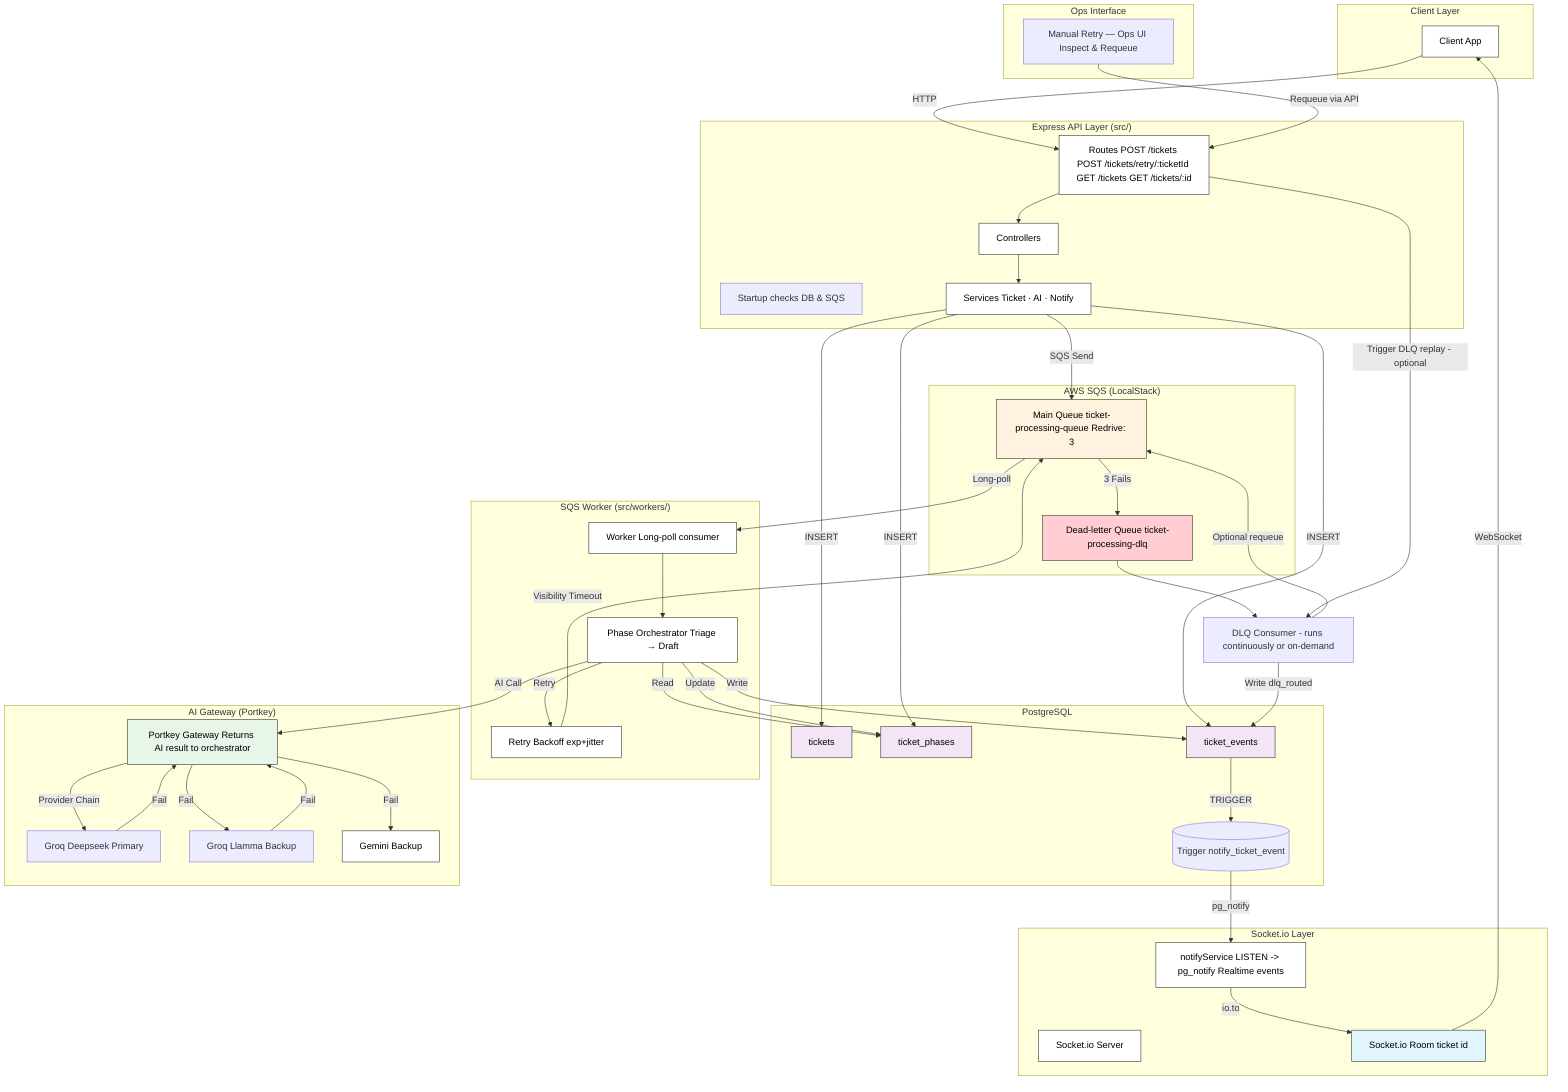
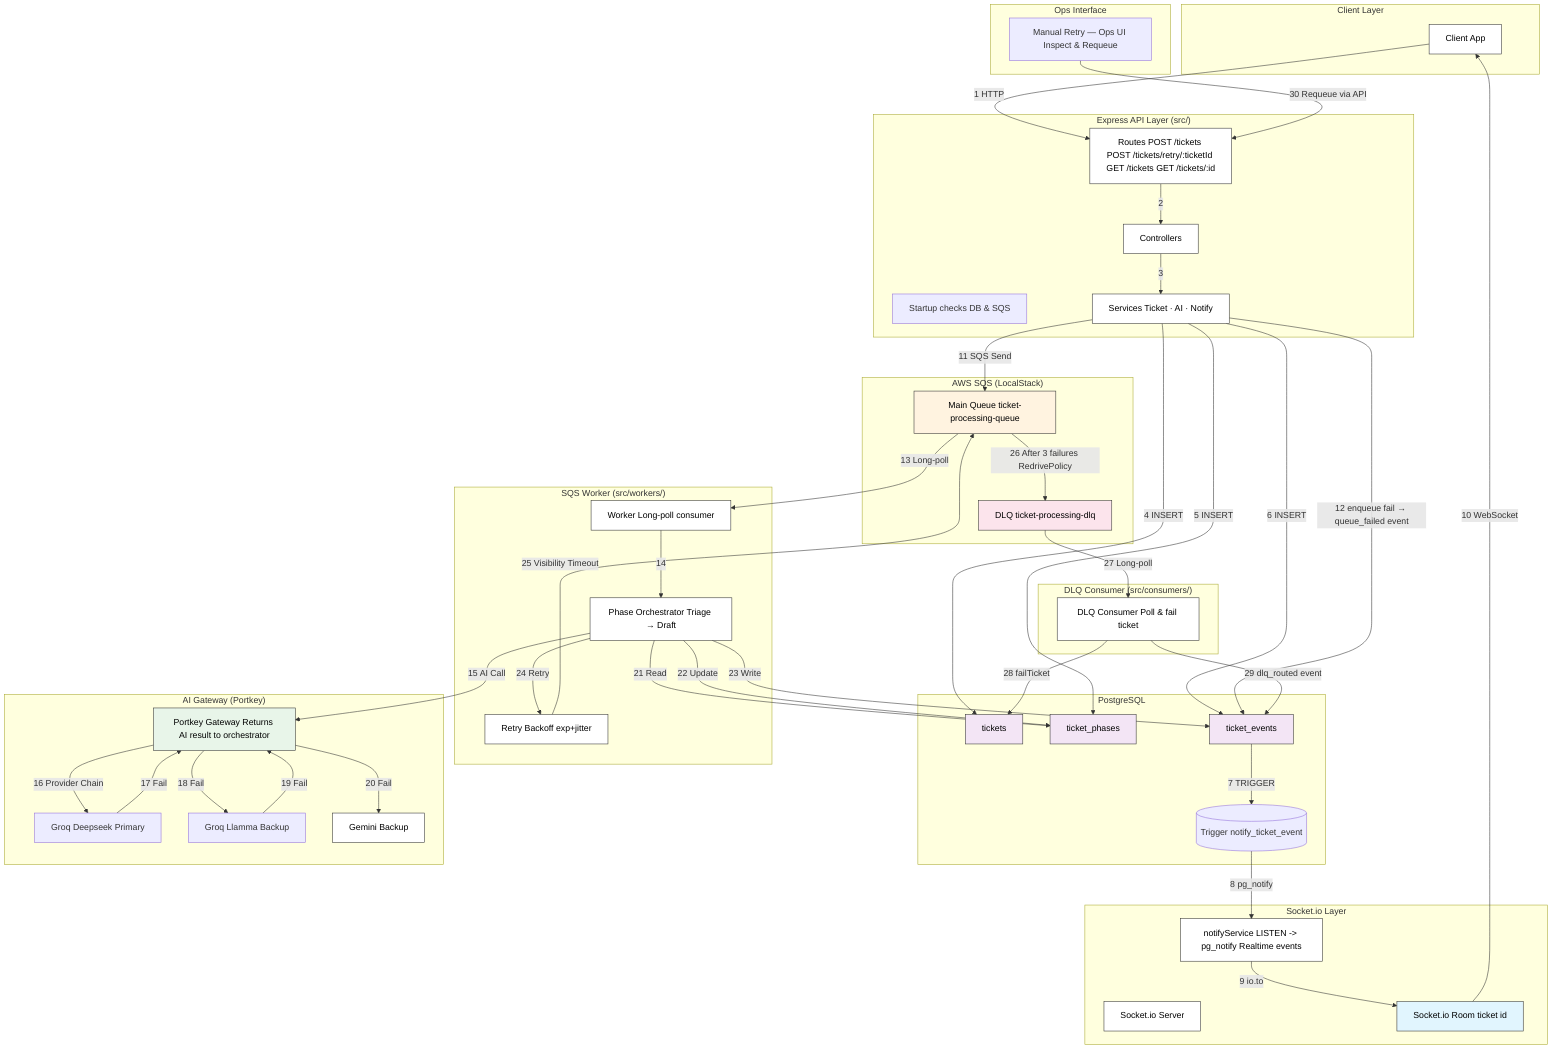
flowchart TB
    subgraph Client["Client Layer"]
        C[Client App]
    end

    subgraph Ops["Ops Interface"]
        MR[Manual Retry — Ops UI Inspect & Requeue]
    end

    subgraph API["Express API Layer (src/)"]
        R[Routes POST /tickets POST /tickets/retry/:ticketId GET /tickets GET /tickets/:id]
        SH[Startup checks DB & SQS]
        Ctrl[Controllers]
        SV[Services Ticket · AI · Notify]
    end

    subgraph DB["PostgreSQL"]
        T[tickets]
        TP[ticket_phases]
        TE[ticket_events]
        TR[(Trigger notify_ticket_event)]
    end

    subgraph Queue["AWS SQS (LocalStack)"]
-         MQ[Main Queue ticket-processing-queue Redrive: 3]
-         DLQ[Dead-letter Queue ticket-processing-dlq]
+         MQ[Main Queue ticket-processing-queue]
+         DLQ[DLQ ticket-processing-dlq]
    end

    subgraph Worker["SQS Worker (src/workers/)"]
        W[Worker Long-poll consumer]
        PO[Phase Orchestrator Triage → Draft]
        RT[Retry Backoff exp+jitter]
+     end
+ 
+     subgraph DLQWorker["DLQ Consumer (src/consumers/)"]
+         DLQC[DLQ Consumer Poll & fail ticket]
    end

    subgraph AI["AI Gateway (Portkey)"]
        P[Portkey Gateway Returns AI result to orchestrator]
        D1[Groq Deepseek Primary]
        D2[Groq Llamma Backup]
        G2[Gemini Backup]
    end

    subgraph RealTime["Socket.io Layer"]
        IO[Socket.io Server]
        NS[notifyService LISTEN -> pg_notify Realtime events]
        R1[Socket.io Room ticket id]
    end

-     C -->|HTTP| R
-     R --> Ctrl
-     Ctrl --> SV
-     SV -->|INSERT| T
-     SV -->|INSERT| TP
-     SV -->|INSERT| TE
-     TE -->|TRIGGER| TR
-     TR -->|pg_notify| NS
-     NS -->|io.to| R1
-     R1 -->|WebSocket| C
+     C -->|1 HTTP| R
+     R -->|2| Ctrl
+     Ctrl -->|3| SV
+     SV -->|4 INSERT| T
+     SV -->|5 INSERT| TP
+     SV -->|6 INSERT| TE
+     TE -->|7 TRIGGER| TR
+     TR -->|8 pg_notify| NS
+     NS -->|9 io.to| R1
+     R1 -->|10 WebSocket| C

-     SV -->|SQS Send| MQ
-     MQ -->|Long-poll| W
-     W --> PO
-     PO -->|AI Call| P
-     P -->|Provider Chain| D1
-     D1 -->|Fail| P
-     P -->|Fail| D2
-     D2 -->|Fail| P
-     P -->|Fail| G2
+     SV -->|11 SQS Send| MQ
+     SV -->|12 enqueue fail → queue_failed event| TE

-     PO -->|Read| TP
-     PO -->|Update| TP
-     PO -->|Write| TE
+     MQ -->|13 Long-poll| W
+     W -->|14| PO
+     PO -->|15 AI Call| P
+     P -->|16 Provider Chain| D1
+     D1 -->|17 Fail| P
+     P -->|18 Fail| D2
+     D2 -->|19 Fail| P
+     P -->|20 Fail| G2

-     PO -->|Retry| RT
-     RT -->|Visibility Timeout| MQ
-     MQ -->|3 Fails| DLQ
-     DLQ --> DC[DLQ Consumer - runs continuously or on-demand]
-     DC -->|Write dlq_routed| TE
-     DC -->|Optional requeue| MQ
-     MR -->|Requeue via API| R
-     R -->|Trigger DLQ replay - optional| DC
+     PO -->|21 Read| TP
+     PO -->|22 Update| TP
+     PO -->|23 Write| TE
+ 
+     PO -->|24 Retry| RT
+     RT -->|25 Visibility Timeout| MQ
+     MQ -->|26 After 3 failures RedrivePolicy| DLQ
+     DLQ -->|27 Long-poll| DLQC
+     DLQC -->|28 failTicket| T
+     DLQC -->|29 dlq_routed event| TE
+     MR -->|30 Requeue via API| R

    style R1 fill:#e1f5fe
    style MQ fill:#fff3e0
-     style DLQ fill:#ffcdd2
+     style DLQ fill:#fce4ec
    style P fill:#e8f5e9
    style T fill:#f3e5f5
    style TP fill:#f3e5f5
    style TE fill:#f3e5f5

    style C fill:#ffffff,color:#000,stroke:#333
    style R fill:#ffffff,color:#000,stroke:#333
    style Ctrl fill:#ffffff,color:#000,stroke:#333
    style SV fill:#ffffff,color:#000,stroke:#333
    style W fill:#ffffff,color:#000,stroke:#333
    style PO fill:#ffffff,color:#000,stroke:#333
    style RT fill:#ffffff,color:#000,stroke:#333
+     style DLQC fill:#ffffff,color:#000,stroke:#333

    style G2 fill:#ffffff,color:#000,stroke:#333
    style IO fill:#ffffff,color:#000,stroke:#333
    style NS fill:#ffffff,color:#000,stroke:#333

    style R1 fill:#e1f5fe,color:#000,stroke:#333
    style MQ fill:#fff3e0,color:#000,stroke:#333
-     style DLQ fill:#ffcdd2,color:#000,stroke:#333
+     style DLQ fill:#fce4ec,color:#000,stroke:#333
    style P fill:#e8f5e9,color:#000,stroke:#333
    style T fill:#f3e5f5,color:#000,stroke:#333
    style TP fill:#f3e5f5,color:#000,stroke:#333
    style TE fill:#f3e5f5,color:#000,stroke:#333
